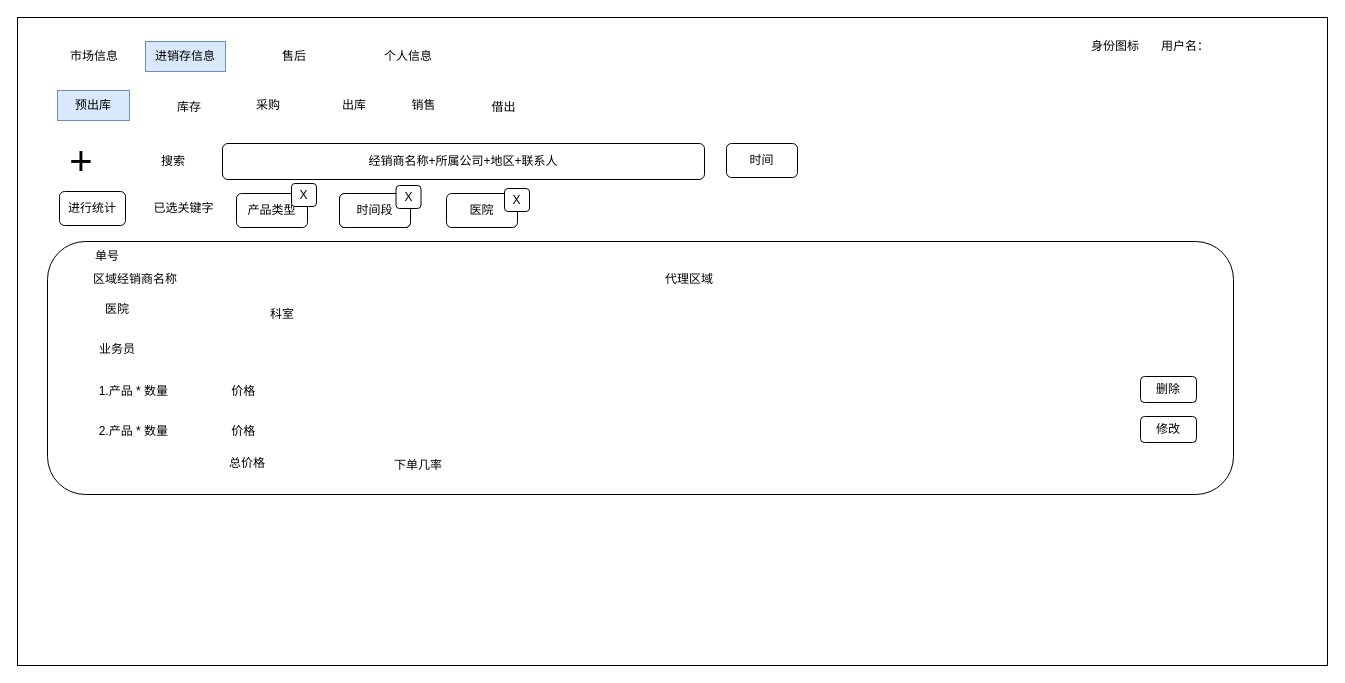
Before: 泰加进销存.drawio in cangwang/news, a draw.io diagram. Source tidied: cells renumbered, new cells numbered last; positions are measured from the earlier drawing's top-left corner, leaving out a move shared by most shapes. Both pictures are drawn from the tidied source at 100%, with x=0, y=0 at pixel (17, 17).
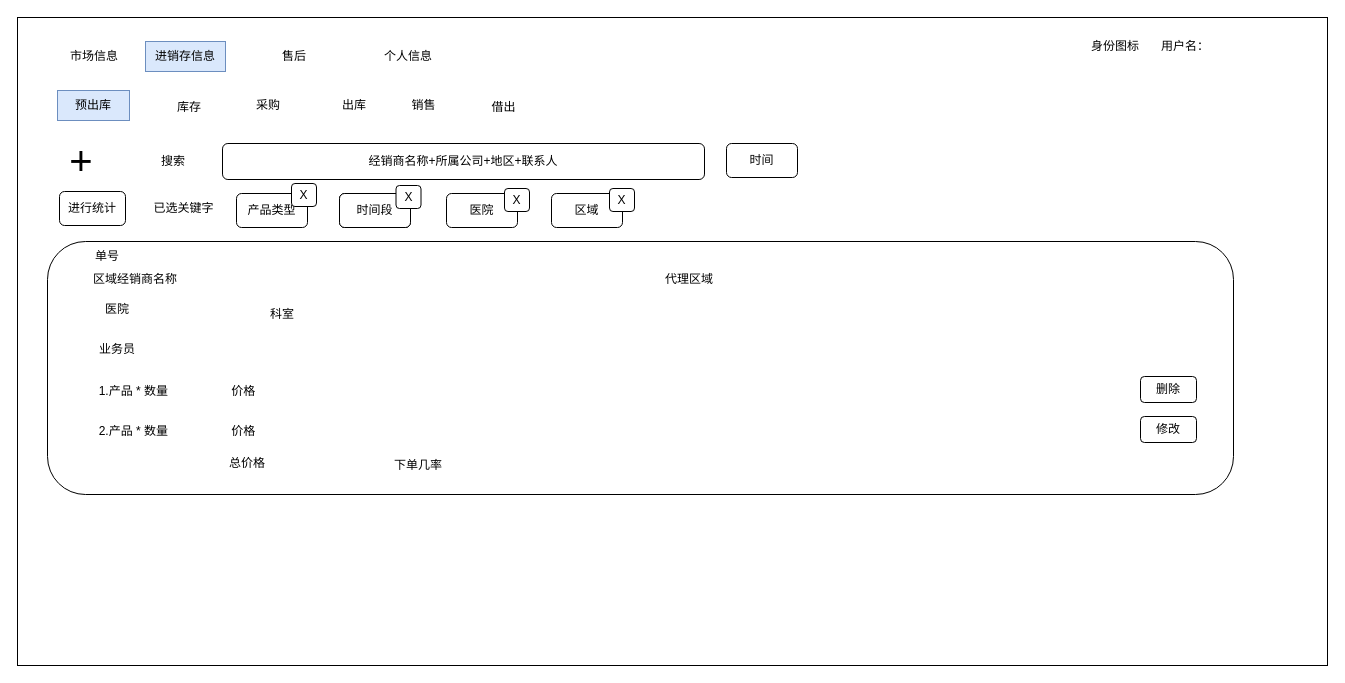
After the change.

Commit message (it also covers changes not shown here):
Update 泰加进销存.drawio

Change to the diagram source:
```diff
@@
+    <mxCell id="41" value="区域" style="rounded=1;whiteSpace=wrap;html=1;" parent="1" vertex="1">
+      <mxGeometry x="534" y="176" width="71" height="34" as="geometry" />
+    </mxCell>
+    <mxCell id="42" value="X" style="rounded=1;whiteSpace=wrap;html=1;" parent="1" vertex="1">
+      <mxGeometry x="592" y="171" width="25" height="23" as="geometry" />
+    </mxCell>
```
